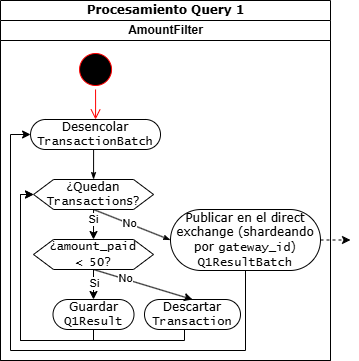
Earlier version of the draw.io export docs/diagramas/diagrama_actividades_q1.png (LucianaLarrosa/tp-distribuidos-moneylaundering). Source tidied: cells renumbered, new cells last; positions are measured from the earlier drawing's top-left corner, leaving out a move shared by most shapes.
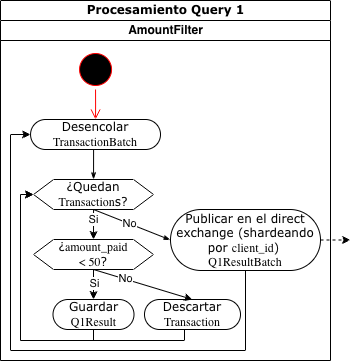
After the change.

Diff of the diagram source:
```diff
@@ -35,7 +35,7 @@
         </Array>
       </mxGeometry>
     </mxCell>
-    <mxCell id="9" value="Publicar en el direct exchange (shardeando por&amp;nbsp;&lt;font face=&quot;Lucida Console&quot;&gt;gateway_id&lt;/font&gt;&lt;font face=&quot;Verdana&quot;&gt;)&lt;/font&gt;&lt;font face=&quot;Lucida Console&quot;&gt; Q1ResultBatch&lt;/font&gt;" style="rounded=1;whiteSpace=wrap;html=1;shadow=0;comic=0;labelBackgroundColor=none;strokeWidth=1;fontFamily=Verdana;fontSize=12;align=center;arcSize=50;" parent="3" vertex="1">
+    <mxCell id="9" value="Publicar en el direct exchange (shardeando por &lt;font face=&quot;Lucida Console&quot;&gt;client_id&lt;/font&gt;&lt;font face=&quot;Verdana&quot;&gt;)&lt;/font&gt;&lt;font face=&quot;Lucida Console&quot;&gt;&amp;nbsp;&lt;/font&gt;&lt;div&gt;&lt;font face=&quot;Lucida Console&quot;&gt;Q1ResultBatch&lt;/font&gt;&lt;/div&gt;" style="rounded=1;whiteSpace=wrap;html=1;shadow=0;comic=0;labelBackgroundColor=none;strokeWidth=1;fontFamily=Verdana;fontSize=12;align=center;arcSize=50;" parent="3" vertex="1">
       <mxGeometry x="170" y="189" width="150" height="61" as="geometry" />
     </mxCell>
     <mxCell id="10" value="Desencolar &lt;font face=&quot;Lucida Console&quot;&gt;TransactionBatch&lt;/font&gt;" style="rounded=1;whiteSpace=wrap;html=1;shadow=0;comic=0;labelBackgroundColor=none;strokeWidth=1;fontFamily=Verdana;fontSize=12;align=center;arcSize=50;" parent="3" vertex="1">
```
